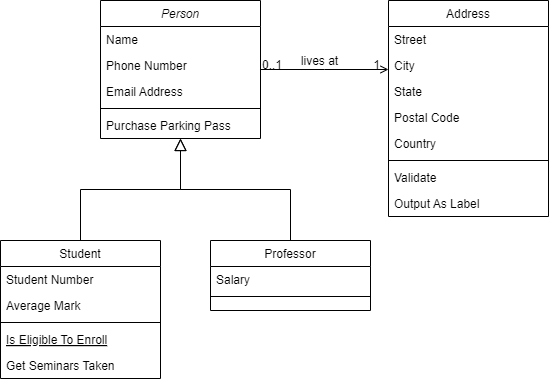
The draw.io diagram Diagrama sin título.drawio.png in Tumbaditoboy/pollitopio, before a commit. Source tidied: cells renumbered, new cells last; positions are measured from the earlier drawing's top-left corner, leaving out a move shared by most shapes. Its diagram source:
```xml
<mxGraphModel>
  <root>
    <mxCell id="0" />
    <mxCell id="1" parent="0" />
    <mxCell id="2" value="Person" style="swimlane;fontStyle=2;align=center;verticalAlign=top;horizontal=1;startSize=26;rounded=0;shadow=0;strokeWidth=1;" parent="1" vertex="1">
      <mxGeometry x="100" width="160" height="138" as="geometry" />
    </mxCell>
    <mxCell id="3" value="Name" style="text;align=left;verticalAlign=top;spacingLeft=4;spacingRight=4;overflow=hidden;" parent="2" vertex="1">
      <mxGeometry y="26" width="160" height="26" as="geometry" />
    </mxCell>
    <mxCell id="4" value="Phone Number" style="text;align=left;verticalAlign=top;spacingLeft=4;spacingRight=4;overflow=hidden;rounded=0;shadow=0;html=0;" parent="2" vertex="1">
      <mxGeometry y="52" width="160" height="26" as="geometry" />
    </mxCell>
    <mxCell id="5" value="Email Address" style="text;align=left;verticalAlign=top;spacingLeft=4;spacingRight=4;overflow=hidden;rounded=0;shadow=0;html=0;" parent="2" vertex="1">
      <mxGeometry y="78" width="160" height="26" as="geometry" />
    </mxCell>
    <mxCell id="6" style="line;html=1;strokeWidth=1;align=left;verticalAlign=middle;spacingTop=-1;spacingLeft=3;spacingRight=3;labelPosition=right;" parent="2" vertex="1">
      <mxGeometry y="104" width="160" height="8" as="geometry" />
    </mxCell>
    <mxCell id="7" value="Purchase Parking Pass" style="text;align=left;verticalAlign=top;spacingLeft=4;spacingRight=4;overflow=hidden;" parent="2" vertex="1">
      <mxGeometry y="112" width="160" height="26" as="geometry" />
    </mxCell>
    <mxCell id="8" value="Student" style="swimlane;fontStyle=0;align=center;verticalAlign=top;horizontal=1;startSize=26;rounded=0;shadow=0;strokeWidth=1;" parent="1" vertex="1">
      <mxGeometry y="240" width="160" height="138" as="geometry" />
    </mxCell>
    <mxCell id="9" value="Student Number" style="text;align=left;verticalAlign=top;spacingLeft=4;spacingRight=4;overflow=hidden;" parent="8" vertex="1">
      <mxGeometry y="26" width="160" height="26" as="geometry" />
    </mxCell>
    <mxCell id="10" value="Average Mark" style="text;align=left;verticalAlign=top;spacingLeft=4;spacingRight=4;overflow=hidden;rounded=0;shadow=0;html=0;" parent="8" vertex="1">
      <mxGeometry y="52" width="160" height="26" as="geometry" />
    </mxCell>
    <mxCell id="11" style="line;html=1;strokeWidth=1;align=left;verticalAlign=middle;spacingTop=-1;spacingLeft=3;spacingRight=3;labelPosition=right;" parent="8" vertex="1">
      <mxGeometry y="78" width="160" height="8" as="geometry" />
    </mxCell>
    <mxCell id="12" value="Is Eligible To Enroll" style="text;align=left;verticalAlign=top;spacingLeft=4;spacingRight=4;overflow=hidden;fontStyle=4;" parent="8" vertex="1">
      <mxGeometry y="86" width="160" height="26" as="geometry" />
    </mxCell>
    <mxCell id="13" value="Get Seminars Taken" style="text;align=left;verticalAlign=top;spacingLeft=4;spacingRight=4;overflow=hidden;" parent="8" vertex="1">
      <mxGeometry y="112" width="160" height="26" as="geometry" />
    </mxCell>
    <mxCell id="14" style="endArrow=block;endSize=10;endFill=0;shadow=0;strokeWidth=1;rounded=0;curved=0;edgeStyle=elbowEdgeStyle;elbow=vertical;" parent="1" edge="1" source="8" target="2">
      <mxGeometry relative="1" as="geometry" />
    </mxCell>
    <mxCell id="15" value="Professor" style="swimlane;fontStyle=0;align=center;verticalAlign=top;horizontal=1;startSize=26;rounded=0;shadow=0;strokeWidth=1;" parent="1" vertex="1">
      <mxGeometry x="210" y="240" width="160" height="70" as="geometry" />
    </mxCell>
    <mxCell id="16" value="Salary" style="text;align=left;verticalAlign=top;spacingLeft=4;spacingRight=4;overflow=hidden;" parent="15" vertex="1">
      <mxGeometry y="26" width="160" height="26" as="geometry" />
    </mxCell>
    <mxCell id="17" style="line;html=1;strokeWidth=1;align=left;verticalAlign=middle;spacingTop=-1;spacingLeft=3;spacingRight=3;labelPosition=right;" parent="15" vertex="1">
      <mxGeometry y="52" width="160" height="8" as="geometry" />
    </mxCell>
    <mxCell id="18" style="endArrow=block;endSize=10;endFill=0;shadow=0;strokeWidth=1;rounded=0;curved=0;edgeStyle=elbowEdgeStyle;elbow=vertical;" parent="1" edge="1" source="15" target="2">
      <mxGeometry relative="1" as="geometry" />
    </mxCell>
    <mxCell id="19" value="Address" style="swimlane;fontStyle=0;align=center;verticalAlign=top;horizontal=1;startSize=26;rounded=0;shadow=0;strokeWidth=1;" parent="1" vertex="1">
      <mxGeometry x="388" width="160" height="216" as="geometry" />
    </mxCell>
    <mxCell id="20" value="Street" style="text;align=left;verticalAlign=top;spacingLeft=4;spacingRight=4;overflow=hidden;" parent="19" vertex="1">
      <mxGeometry y="26" width="160" height="26" as="geometry" />
    </mxCell>
    <mxCell id="21" value="City" style="text;align=left;verticalAlign=top;spacingLeft=4;spacingRight=4;overflow=hidden;rounded=0;shadow=0;html=0;" parent="19" vertex="1">
      <mxGeometry y="52" width="160" height="26" as="geometry" />
    </mxCell>
    <mxCell id="22" value="State" style="text;align=left;verticalAlign=top;spacingLeft=4;spacingRight=4;overflow=hidden;rounded=0;shadow=0;html=0;" parent="19" vertex="1">
      <mxGeometry y="78" width="160" height="26" as="geometry" />
    </mxCell>
    <mxCell id="23" value="Postal Code" style="text;align=left;verticalAlign=top;spacingLeft=4;spacingRight=4;overflow=hidden;rounded=0;shadow=0;html=0;" parent="19" vertex="1">
      <mxGeometry y="104" width="160" height="26" as="geometry" />
    </mxCell>
    <mxCell id="24" value="Country" style="text;align=left;verticalAlign=top;spacingLeft=4;spacingRight=4;overflow=hidden;rounded=0;shadow=0;html=0;" parent="19" vertex="1">
      <mxGeometry y="130" width="160" height="26" as="geometry" />
    </mxCell>
    <mxCell id="25" style="line;html=1;strokeWidth=1;align=left;verticalAlign=middle;spacingTop=-1;spacingLeft=3;spacingRight=3;labelPosition=right;" parent="19" vertex="1">
      <mxGeometry y="156" width="160" height="8" as="geometry" />
    </mxCell>
    <mxCell id="26" value="Validate" style="text;align=left;verticalAlign=top;spacingLeft=4;spacingRight=4;overflow=hidden;" parent="19" vertex="1">
      <mxGeometry y="164" width="160" height="26" as="geometry" />
    </mxCell>
    <mxCell id="27" value="Output As Label" style="text;align=left;verticalAlign=top;spacingLeft=4;spacingRight=4;overflow=hidden;" parent="19" vertex="1">
      <mxGeometry y="190" width="160" height="26" as="geometry" />
    </mxCell>
    <mxCell id="28" style="endArrow=open;shadow=0;strokeWidth=1;rounded=0;curved=0;endFill=1;edgeStyle=elbowEdgeStyle;elbow=vertical;" parent="1" edge="1" source="2" target="19">
      <mxGeometry x="0.5" y="41" relative="1" as="geometry">
        <mxPoint x="-40" y="32" as="offset" />
      </mxGeometry>
    </mxCell>
    <mxCell id="29" value="0..1" style="align=left;verticalAlign=bottom;labelBackgroundColor=none;fontSize=12;" parent="28" vertex="1">
      <mxGeometry x="-1" relative="1" as="geometry">
        <mxPoint y="4" as="offset" />
      </mxGeometry>
    </mxCell>
    <mxCell id="30" value="1" style="align=right;verticalAlign=bottom;labelBackgroundColor=none;fontSize=12;" parent="28" vertex="1">
      <mxGeometry x="1" relative="1" as="geometry">
        <mxPoint x="-7" y="4" as="offset" />
      </mxGeometry>
    </mxCell>
    <mxCell id="31" value="lives at" style="text;html=1;align=center;verticalAlign=middle;labelBackgroundColor=none;rounded=0;shadow=0;strokeWidth=1;fontSize=12;" parent="28" vertex="1">
      <mxGeometry x="0.5" y="49" relative="1" as="geometry">
        <mxPoint x="-38" y="40" as="offset" />
      </mxGeometry>
    </mxCell>
  </root>
</mxGraphModel>
```
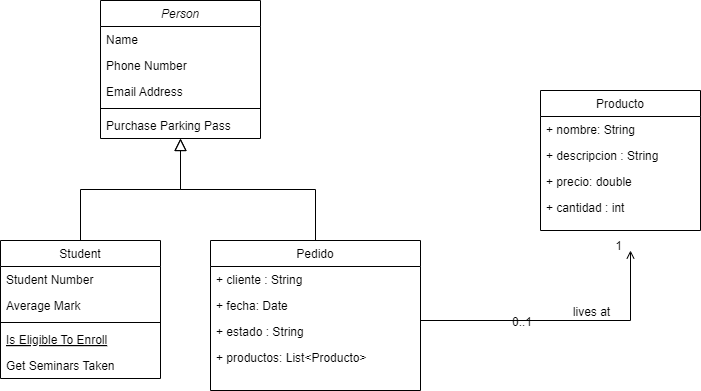
After the change.

What changed in the source:
```diff
@@ -41,53 +41,53 @@
     <mxCell id="14" style="endArrow=block;endSize=10;endFill=0;shadow=0;strokeWidth=1;rounded=0;curved=0;edgeStyle=elbowEdgeStyle;elbow=vertical;" parent="1" edge="1" source="8" target="2">
       <mxGeometry relative="1" as="geometry" />
     </mxCell>
-    <mxCell id="15" value="Professor" style="swimlane;fontStyle=0;align=center;verticalAlign=top;horizontal=1;startSize=26;rounded=0;shadow=0;strokeWidth=1;" parent="1" vertex="1">
-      <mxGeometry x="210" y="240" width="160" height="70" as="geometry" />
+    <mxCell id="15" value="Pedido" style="swimlane;fontStyle=0;align=center;verticalAlign=top;horizontal=1;startSize=26;rounded=0;shadow=0;strokeWidth=1;" parent="1" vertex="1">
+      <mxGeometry x="210" y="240" width="210" height="150" as="geometry" />
     </mxCell>
-    <mxCell id="16" value="Salary" style="text;align=left;verticalAlign=top;spacingLeft=4;spacingRight=4;overflow=hidden;" parent="15" vertex="1">
-      <mxGeometry y="26" width="160" height="26" as="geometry" />
+    <mxCell id="16" value="+ cliente : String" style="text;align=left;verticalAlign=top;spacingLeft=4;spacingRight=4;overflow=hidden;" parent="15" vertex="1">
+      <mxGeometry y="26" width="210" height="26" as="geometry" />
     </mxCell>
-    <mxCell id="17" style="line;html=1;strokeWidth=1;align=left;verticalAlign=middle;spacingTop=-1;spacingLeft=3;spacingRight=3;labelPosition=right;" parent="15" vertex="1">
-      <mxGeometry y="52" width="160" height="8" as="geometry" />
-    </mxCell>
+    <mxCell id="32" value="+ fecha: Date " style="text;align=left;verticalAlign=top;spacingLeft=4;spacingRight=4;overflow=hidden;" parent="15" vertex="1">
+      <mxGeometry y="52" width="210" height="26" as="geometry" />
+    </mxCell>
+    <mxCell id="33" value="+ estado : String " style="text;align=left;verticalAlign=top;spacingLeft=4;spacingRight=4;overflow=hidden;" parent="15" vertex="1">
+      <mxGeometry y="78" width="210" height="26" as="geometry" />
+    </mxCell>
+    <mxCell id="34" value="+ productos: List&lt;Producto&gt;" style="text;align=left;verticalAlign=top;spacingLeft=4;spacingRight=4;overflow=hidden;" parent="15" vertex="1">
+      <mxGeometry y="104" width="210" height="26" as="geometry" />
+    </mxCell>
     <mxCell id="18" style="endArrow=block;endSize=10;endFill=0;shadow=0;strokeWidth=1;rounded=0;curved=0;edgeStyle=elbowEdgeStyle;elbow=vertical;" parent="1" edge="1" source="15" target="2">
       <mxGeometry relative="1" as="geometry" />
     </mxCell>
-    <mxCell id="19" value="Address" style="swimlane;fontStyle=0;align=center;verticalAlign=top;horizontal=1;startSize=26;rounded=0;shadow=0;strokeWidth=1;" parent="1" vertex="1">
-      <mxGeometry x="388" width="160" height="216" as="geometry" />
+    <mxCell id="19" value="Producto" style="swimlane;fontStyle=0;align=center;verticalAlign=top;horizontal=1;startSize=26;rounded=0;shadow=0;strokeWidth=1;" parent="1" vertex="1">
+      <mxGeometry x="540" y="90" width="160" height="140" as="geometry" />
     </mxCell>
-    <mxCell id="20" value="Street" style="text;align=left;verticalAlign=top;spacingLeft=4;spacingRight=4;overflow=hidden;" parent="19" vertex="1">
+    <mxCell id="20" value="+ nombre: String" style="text;align=left;verticalAlign=top;spacingLeft=4;spacingRight=4;overflow=hidden;" parent="19" vertex="1">
       <mxGeometry y="26" width="160" height="26" as="geometry" />
     </mxCell>
-    <mxCell id="21" value="City" style="text;align=left;verticalAlign=top;spacingLeft=4;spacingRight=4;overflow=hidden;rounded=0;shadow=0;html=0;" parent="19" vertex="1">
+    <mxCell id="21" value="+ descripcion : String" style="text;align=left;verticalAlign=top;spacingLeft=4;spacingRight=4;overflow=hidden;rounded=0;shadow=0;html=0;" parent="19" vertex="1">
       <mxGeometry y="52" width="160" height="26" as="geometry" />
     </mxCell>
-    <mxCell id="22" value="State" style="text;align=left;verticalAlign=top;spacingLeft=4;spacingRight=4;overflow=hidden;rounded=0;shadow=0;html=0;" parent="19" vertex="1">
-      <mxGeometry y="78" width="160" height="26" as="geometry" />
-    </mxCell>
-    <mxCell id="23" value="Postal Code" style="text;align=left;verticalAlign=top;spacingLeft=4;spacingRight=4;overflow=hidden;rounded=0;shadow=0;html=0;" parent="19" vertex="1">
-      <mxGeometry y="104" width="160" height="26" as="geometry" />
+    <mxCell id="23" value="+ precio: double" style="text;align=left;verticalAlign=top;spacingLeft=4;spacingRight=4;overflow=hidden;rounded=0;shadow=0;html=0;" parent="19" vertex="1">
+      <mxGeometry y="78" width="160" height="26" as="geometry" />
     </mxCell>
-    <mxCell id="24" value="Country" style="text;align=left;verticalAlign=top;spacingLeft=4;spacingRight=4;overflow=hidden;rounded=0;shadow=0;html=0;" parent="19" vertex="1">
-      <mxGeometry y="130" width="160" height="26" as="geometry" />
+    <mxCell id="24" value="+ cantidad : int" style="text;align=left;verticalAlign=top;spacingLeft=4;spacingRight=4;overflow=hidden;rounded=0;shadow=0;html=0;" parent="19" vertex="1">
+      <mxGeometry y="104" width="160" height="26" as="geometry" />
     </mxCell>
-    <mxCell id="25" style="line;html=1;strokeWidth=1;align=left;verticalAlign=middle;spacingTop=-1;spacingLeft=3;spacingRight=3;labelPosition=right;" parent="19" vertex="1">
-      <mxGeometry y="156" width="160" height="8" as="geometry" />
-    </mxCell>
-    <mxCell id="26" value="Validate" style="text;align=left;verticalAlign=top;spacingLeft=4;spacingRight=4;overflow=hidden;" parent="19" vertex="1">
-      <mxGeometry y="164" width="160" height="26" as="geometry" />
-    </mxCell>
-    <mxCell id="27" value="Output As Label" style="text;align=left;verticalAlign=top;spacingLeft=4;spacingRight=4;overflow=hidden;" parent="19" vertex="1">
-      <mxGeometry y="190" width="160" height="26" as="geometry" />
-    </mxCell>
-    <mxCell id="28" style="endArrow=open;shadow=0;strokeWidth=1;rounded=0;curved=0;endFill=1;edgeStyle=elbowEdgeStyle;elbow=vertical;" parent="1" edge="1" source="2" target="19">
+    <mxCell id="28" style="endArrow=open;shadow=0;strokeWidth=1;rounded=0;curved=0;endFill=1;edgeStyle=elbowEdgeStyle;elbow=vertical;" parent="1" edge="1">
       <mxGeometry x="0.5" y="41" relative="1" as="geometry">
+        <mxPoint x="420" y="310" as="sourcePoint" />
+        <mxPoint x="630" y="250" as="targetPoint" />
+        <Array as="points">
+          <mxPoint x="490" y="320" />
+          <mxPoint x="580" y="470" />
+        </Array>
         <mxPoint x="-40" y="32" as="offset" />
       </mxGeometry>
     </mxCell>
     <mxCell id="29" value="0..1" style="align=left;verticalAlign=bottom;labelBackgroundColor=none;fontSize=12;" parent="28" vertex="1">
       <mxGeometry x="-1" relative="1" as="geometry">
-        <mxPoint y="4" as="offset" />
+        <mxPoint x="90" y="20" as="offset" />
       </mxGeometry>
     </mxCell>
     <mxCell id="30" value="1" style="align=right;verticalAlign=bottom;labelBackgroundColor=none;fontSize=12;" parent="28" vertex="1">
```
